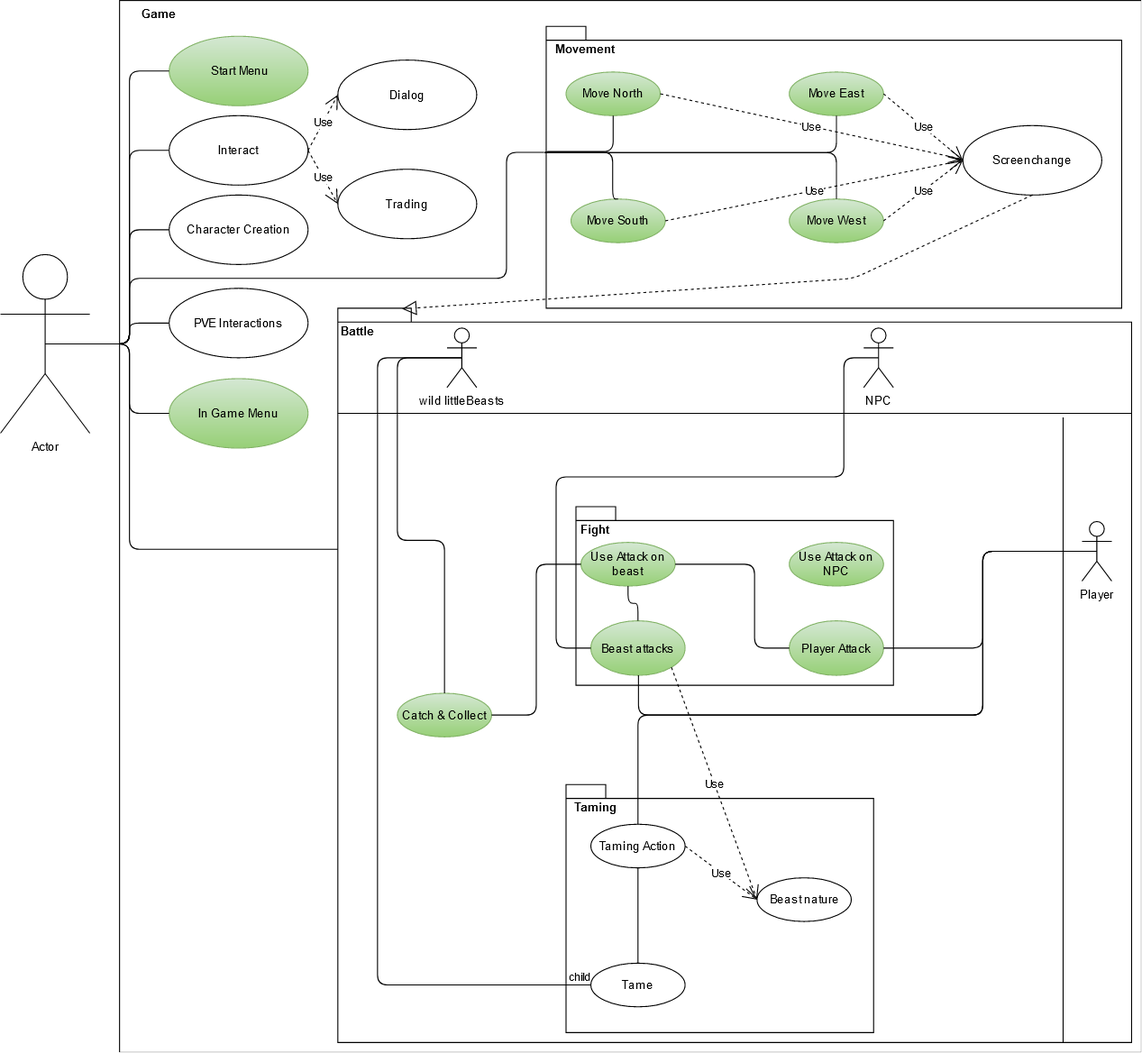
Above: useCases/diagrams/use_cases.png in LittleBeasts/documentation (draw.io), before the change. Source tidied: cells renumbered, new cells last; positions are measured from the earlier drawing's top-left corner, leaving out a move shared by most shapes.
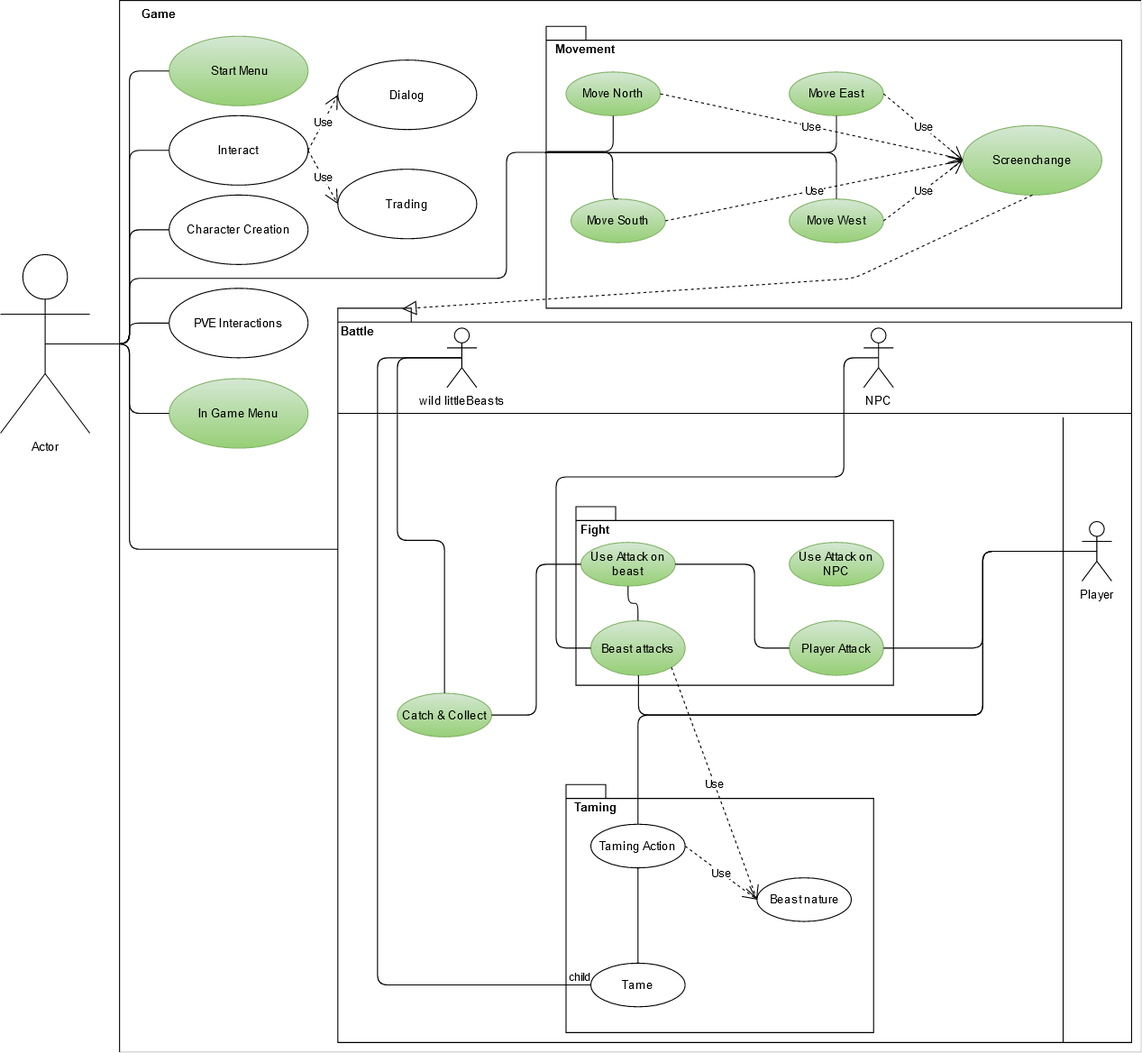
Later version of the same file.

Change to the diagram source:
```diff
@@ -209,7 +209,7 @@
     <mxCell id="53" value="Move West" style="ellipse;whiteSpace=wrap;html=1;gradientColor=#97d077;fillColor=#d5e8d4;strokeColor=#82b366;" parent="1" vertex="1">
       <mxGeometry x="795" y="200" width="95" height="44" as="geometry" />
     </mxCell>
-    <mxCell id="54" value="Screenchange" style="ellipse;whiteSpace=wrap;html=1;" parent="1" vertex="1">
+    <mxCell id="54" value="Screenchange" style="ellipse;whiteSpace=wrap;html=1;gradientColor=#97d077;fillColor=#d5e8d4;strokeColor=#82b366;" parent="1" vertex="1">
       <mxGeometry x="970" y="126" width="140" height="70" as="geometry" />
     </mxCell>
     <mxCell id="55" value="Movement" style="text;align=center;fontStyle=1;verticalAlign=middle;spacingLeft=3;spacingRight=3;strokeColor=none;" parent="1" vertex="1">
```
